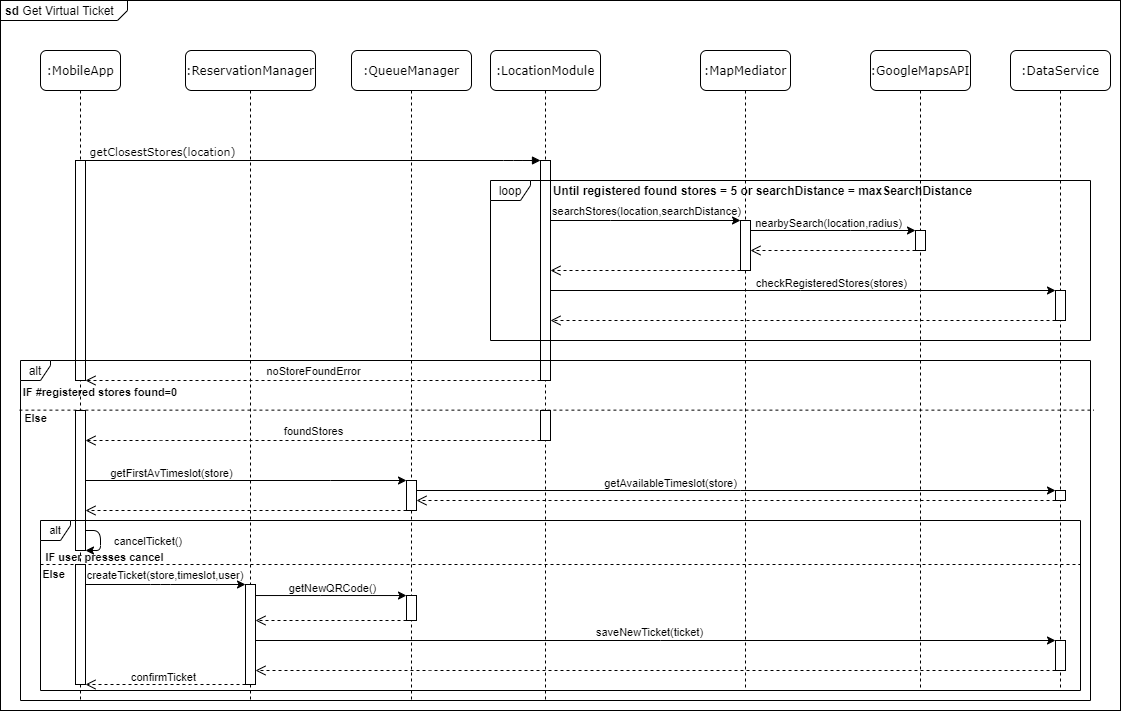
Above: Relevant DD information/Sequence Diagrams/PNG/bookTicketSeq.png in EtionPinari/PinariRomeoSbrolli (draw.io), before the change. Source tidied: cells renumbered, new cells last; positions are measured from the earlier drawing's top-left corner, leaving out a move shared by most shapes.
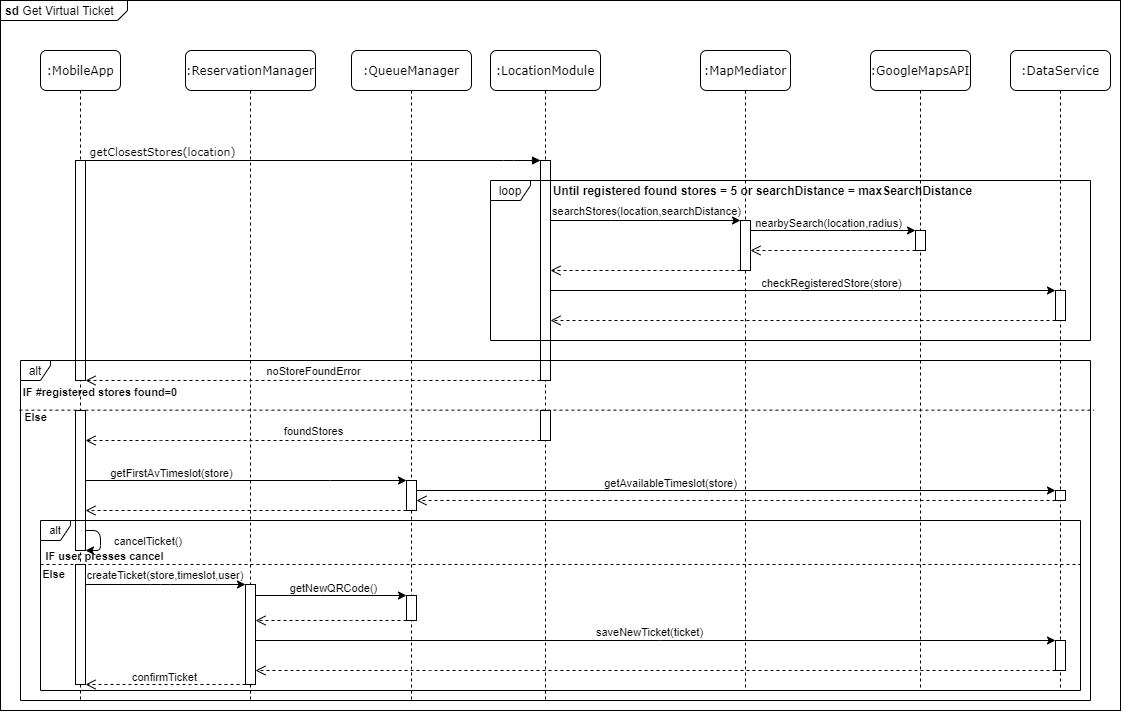
The same diagram one commit later.

Commit message:
updated sequence and DD, modified interface diagrams

What changed in the source:
```diff
@@ -131,7 +131,7 @@
         </Array>
       </mxGeometry>
     </mxCell>
-    <mxCell id="32" value="checkRegisteredStores(stores)" style="edgeLabel;html=1;align=center;verticalAlign=middle;labelBackgroundColor=none;fontSize=11;" parent="31" vertex="1">
+    <mxCell id="32" value="checkRegisteredStore(store)" style="edgeLabel;html=1;align=center;verticalAlign=middle;labelBackgroundColor=none;fontSize=11;" parent="31" vertex="1">
       <mxGeometry x="0.03" relative="1" as="geometry">
         <mxPoint x="21.4" y="-7" as="offset" />
       </mxGeometry>
```
